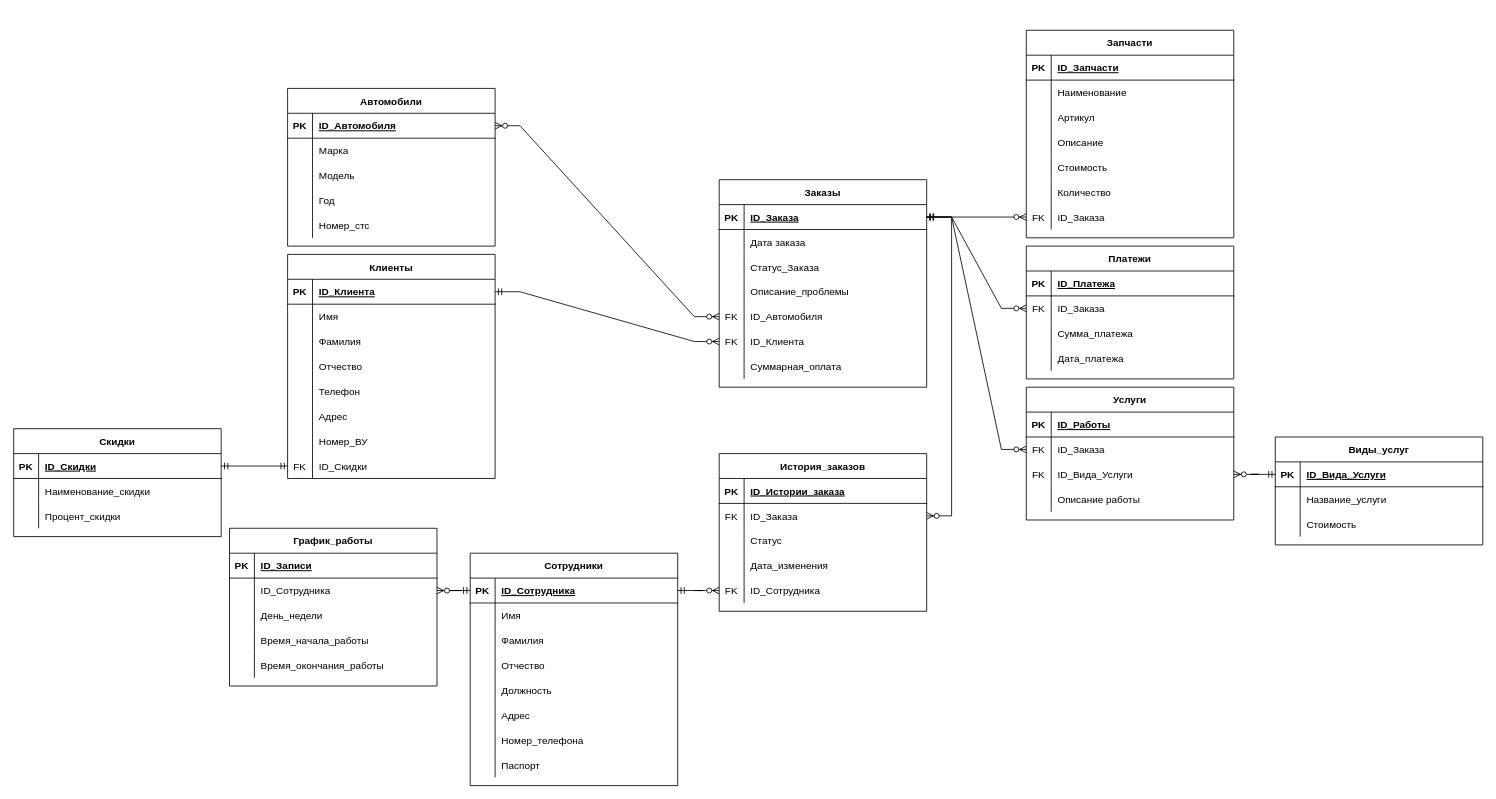
Earlier version of the draw.io diagram bsbd-kurs.drawio (1DeMeNToR1/D-D-Helper). Source tidied: cells renumbered, new cells numbered last; positions are measured from the earlier drawing's top-left corner, leaving out a move shared by most shapes. Both pictures are drawn from the tidied source at 83%, with x=0, y=0 at pixel (13, 30).
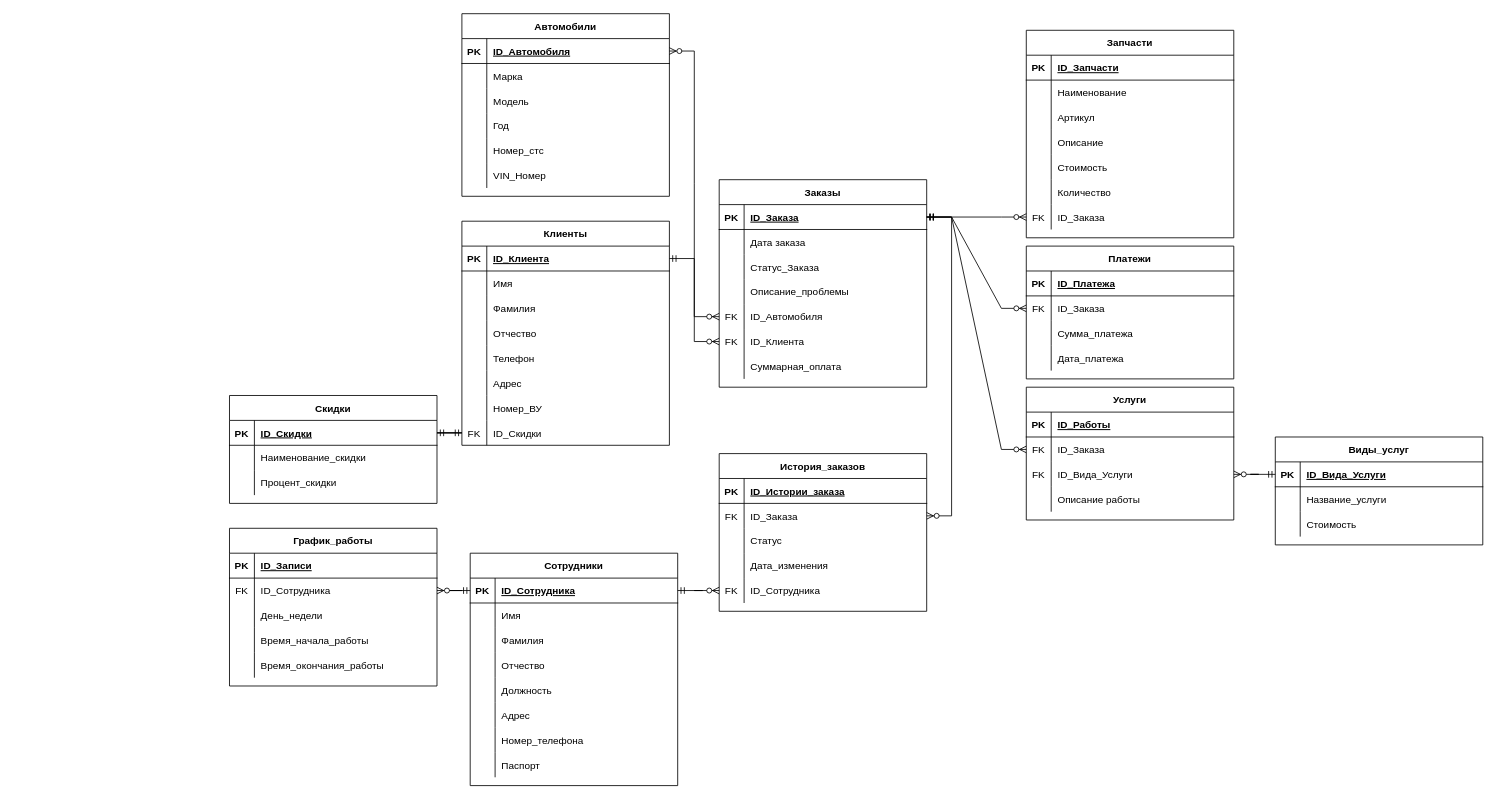
The same page after the edit.

Unchanged cells that the change refers to:
```xml
<mxCell id="178" style="shape=partialRectangle;fillColor=none;points=[[0,0.5],[1,0.5]];portConstraint=eastwest;top=0;left=0;right=0;bottom=0;" parent="174" vertex="1">
  <mxGeometry y="60" width="250" height="30" as="geometry" />
</mxCell>
```

Diff of the diagram source:
```diff
@@
     <mxCell id="2" value="Клиенты" style="shape=table;startSize=30;childLayout=tableLayout;rowLines=0;fontStyle=1;align=center;" parent="1" vertex="1">
-      <mxGeometry x="330" y="270" width="250" height="270" as="geometry" />
+      <mxGeometry x="540" y="230" width="250" height="270" as="geometry" />
     </mxCell>
@@
     <mxCell id="49" value="Автомобили" style="shape=table;startSize=30;childLayout=tableLayout;rowLines=0;fontStyle=1;align=center;" parent="1" vertex="1">
-      <mxGeometry x="330" y="70" width="250" height="190" as="geometry" />
+      <mxGeometry x="540" y="-20" width="250" height="220" as="geometry" />
     </mxCell>
@@
+    <mxCell id="200" style="shape=partialRectangle;fillColor=none;top=0;left=0;right=0;bottom=0;" parent="49" vertex="1">
+      <mxGeometry y="180" width="250" height="30" as="geometry" />
+    </mxCell>
+    <mxCell id="201" style="shape=partialRectangle;overflow=hidden;fillColor=none;top=0;left=0;bottom=0;right=0;" parent="200" vertex="1">
+      <mxGeometry width="30" height="30" as="geometry" />
+    </mxCell>
+    <mxCell id="202" value="VIN_Номер" style="shape=partialRectangle;overflow=hidden;fillColor=none;top=0;left=0;bottom=0;right=0;align=left;spacingLeft=6;" parent="200" vertex="1">
+      <mxGeometry x="30" width="220" height="30" as="geometry" />
+    </mxCell>
@@
     <mxCell id="135" value="Скидки" style="shape=table;startSize=30;childLayout=tableLayout;rowLines=0;fontStyle=1;align=center;" parent="1" vertex="1">
-      <mxGeometry y="480" width="250" height="130" as="geometry" />
+      <mxGeometry x="260" y="440" width="250" height="130" as="geometry" />
     </mxCell>
@@
-    <mxCell id="179" style="shape=partialRectangle;overflow=hidden;fillColor=none;top=0;left=0;bottom=0;right=0;" parent="178" vertex="1">
+    <mxCell id="179" value="FK" style="shape=partialRectangle;overflow=hidden;fillColor=none;top=0;left=0;bottom=0;right=0;" parent="178" vertex="1">
       <mxGeometry width="30" height="30" as="geometry" />
     </mxCell>
```
